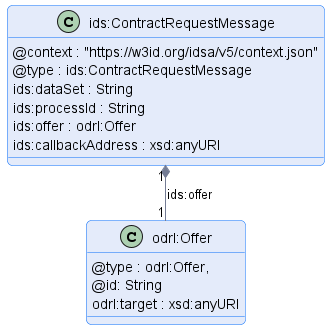
Before: negotiation/message/diagram/contract-request-message.png, a diagram exported from PlantUML (International-Data-Spaces-Association/ids-specification).
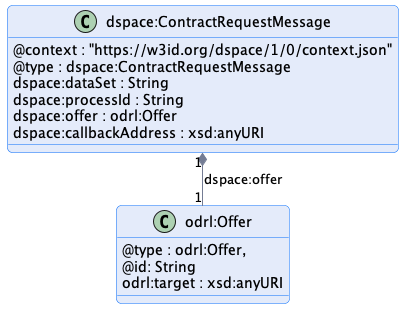
After the commit.

What changed in the source:
```diff
@@ -1,18 +1,18 @@
 @startuml "contract-request-message"
 !pragma layout smetana
 
-!include ../../diagrams/diagram.styles.puml
+!include ../../../common/style/diagram.styles.puml
 
 hide empty description
 
 
-class "ids:ContractRequestMessage" {
-    @context : "https://w3id.org/idsa/v5/context.json"
-    @type : ids:ContractRequestMessage
-    ids:dataSet : String
-    ids:processId : String
-    ids:offer : odrl:Offer
-    ids:callbackAddress : xsd:anyURI
+class "dspace:ContractRequestMessage" {
+    @context : "https://w3id.org/dspace/1/0/context.json"
+    @type : dspace:ContractRequestMessage
+    dspace:dataSet : String
+    dspace:processId : String
+    dspace:offer : odrl:Offer
+    dspace:callbackAddress : xsd:anyURI
 }
 
 class odrl:Offer {
@@ -21,6 +21,6 @@
     odrl:target : xsd:anyURI
 }
 
-"ids:ContractRequestMessage" "1" *-- "1" "odrl:Offer" : "ids:offer"
+"dspace:ContractRequestMessage" "1" *-- "1" "odrl:Offer" : "dspace:offer"
 
 @enduml
```
